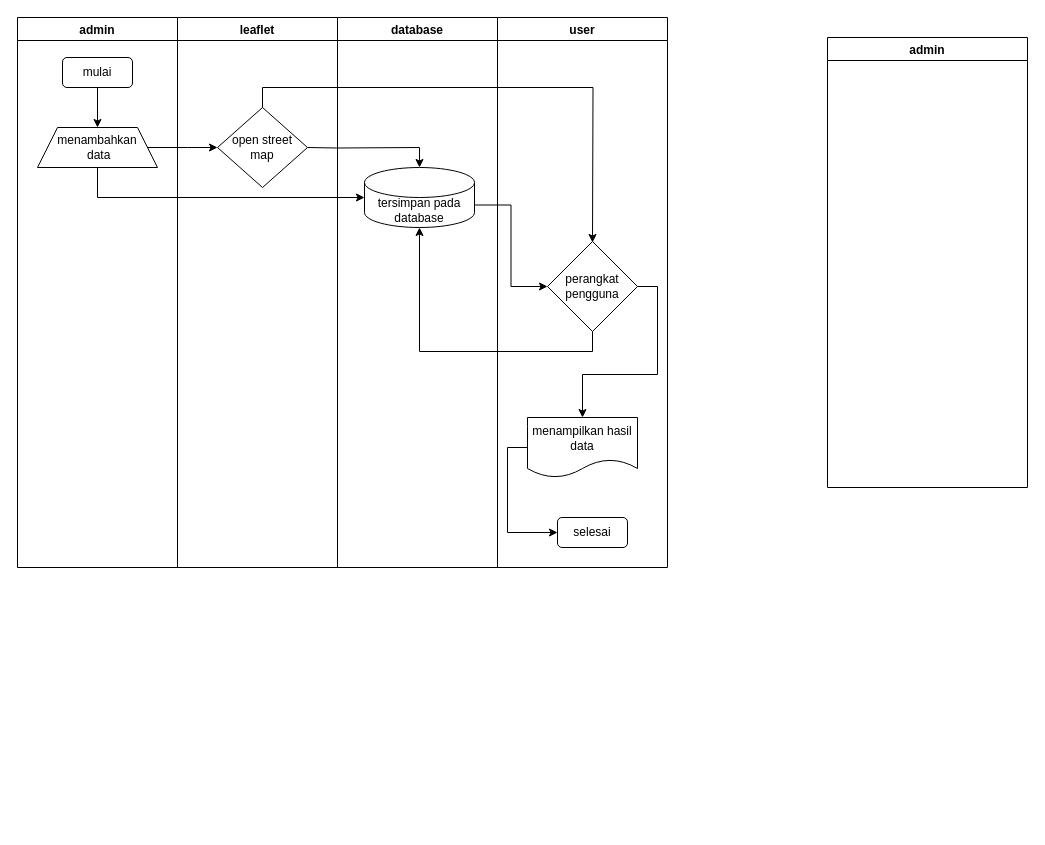
Before: Diagram Tanpa Judul.drawio in Aripin2401/backend-ci, a draw.io diagram. Source tidied: cells renumbered, new cells numbered last; positions are measured from the earlier drawing's top-left corner, leaving out a move shared by most shapes. Both pictures are drawn from the tidied source at 100%, with x=0, y=0 at pixel (17, 17).
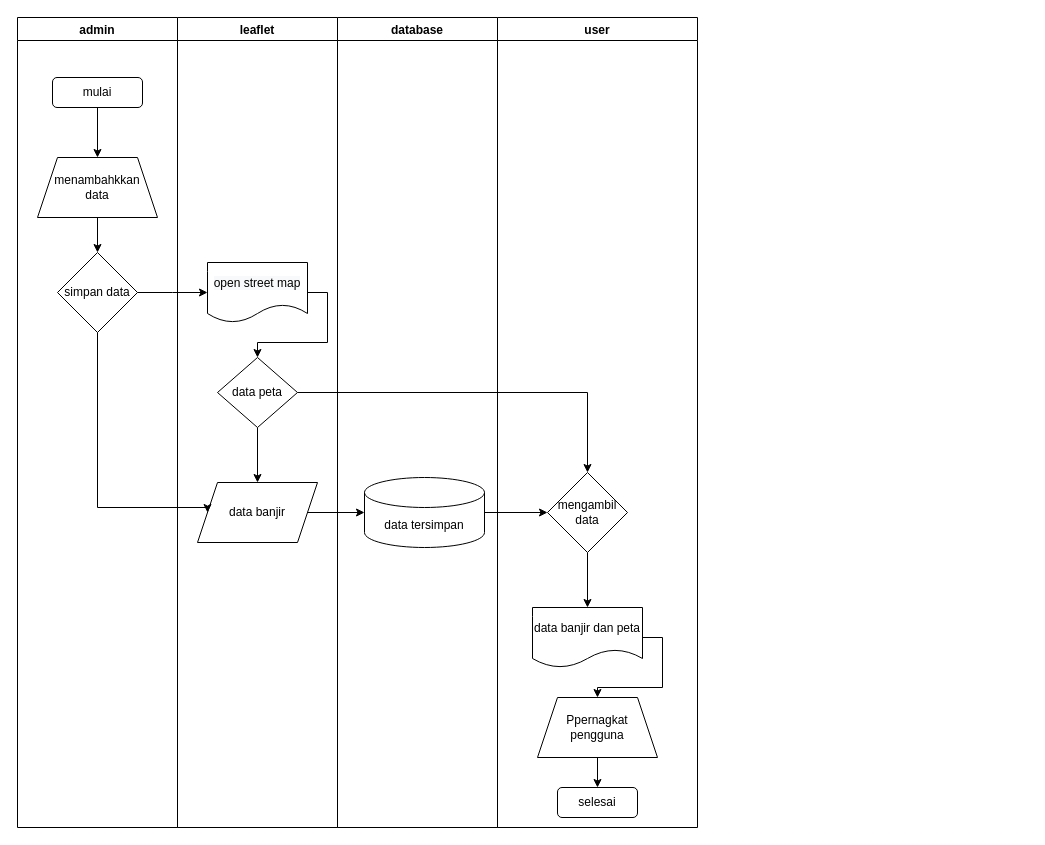
Above is the later version.

Diff of the diagram source:
```diff
@@
-    <mxCell id="2" value="admin" style="swimlane;" parent="1" vertex="1">
-      <mxGeometry x="810" y="20" width="200" height="450" as="geometry" />
-    </mxCell>
     <mxCell id="3" value="leaflet" style="swimlane;" parent="1" vertex="1">
-      <mxGeometry x="160" width="160" height="550" as="geometry" />
+      <mxGeometry x="160" width="160" height="810" as="geometry" />
     </mxCell>
+    <mxCell id="23" style="edgeStyle=orthogonalEdgeStyle;rounded=0;jettySize=auto;html=1;exitX=1;exitY=0.5;exitDx=0;exitDy=0;entryX=0.5;entryY=0;entryDx=0;entryDy=0;" parent="3" edge="1" source="4" target="26">
+      <mxGeometry relative="1" as="geometry" />
+    </mxCell>
-    <mxCell id="4" value="open street&lt;br&gt;map" style="rhombus;whiteSpace=wrap;html=1;" parent="3" vertex="1">
-      <mxGeometry x="40" y="90" width="90" height="80" as="geometry" />
+    <mxCell id="4" value="&lt;span style=&quot;color: rgb(0, 0, 0); font-family: Helvetica; font-size: 12px; font-style: normal; font-variant-ligatures: normal; font-variant-caps: normal; font-weight: 400; letter-spacing: normal; orphans: 2; text-align: center; text-indent: 0px; text-transform: none; widows: 2; word-spacing: 0px; -webkit-text-stroke-width: 0px; background-color: rgb(248, 249, 250); text-decoration-thickness: initial; text-decoration-style: initial; text-decoration-color: initial; float: none; display: inline !important;&quot;&gt;open street map&lt;/span&gt;" style="shape=document;whiteSpace=wrap;html=1;boundedLbl=1;" parent="3" vertex="1">
+      <mxGeometry x="30" y="245" width="100" height="60" as="geometry" />
     </mxCell>
+    <mxCell id="24" value="data banjir&lt;br&gt;" style="shape=parallelogram;perimeter=parallelogramPerimeter;whiteSpace=wrap;html=1;fixedSize=1;" parent="3" vertex="1">
+      <mxGeometry x="20" y="465" width="120" height="60" as="geometry" />
+    </mxCell>
+    <mxCell id="25" style="edgeStyle=orthogonalEdgeStyle;rounded=0;jettySize=auto;html=1;exitX=0.5;exitY=1;exitDx=0;exitDy=0;" parent="3" edge="1" source="26" target="24">
+      <mxGeometry relative="1" as="geometry" />
+    </mxCell>
+    <mxCell id="26" value="data peta" style="rhombus;whiteSpace=wrap;html=1;" parent="3" vertex="1">
+      <mxGeometry x="40" y="340" width="80" height="70" as="geometry" />
+    </mxCell>
     <mxCell id="5" value="database" style="swimlane;" parent="1" vertex="1">
-      <mxGeometry x="320" width="160" height="550" as="geometry" />
+      <mxGeometry x="320" width="160" height="810" as="geometry" />
     </mxCell>
-    <mxCell id="6" value="tersimpan pada database" style="shape=cylinder3;whiteSpace=wrap;html=1;boundedLbl=1;backgroundOutline=1;size=15;" parent="5" vertex="1">
-      <mxGeometry x="27" y="150" width="110" height="60" as="geometry" />
-    </mxCell>
+    <mxCell id="27" value="data tersimpan" style="shape=cylinder3;whiteSpace=wrap;html=1;boundedLbl=1;backgroundOutline=1;size=15;" parent="5" vertex="1">
+      <mxGeometry x="27" y="460" width="120" height="70" as="geometry" />
+    </mxCell>
     <mxCell id="7" value="admin" style="swimlane;" parent="1" vertex="1">
-      <mxGeometry width="160" height="550" as="geometry" />
+      <mxGeometry width="160" height="810" as="geometry" />
     </mxCell>
-    <mxCell id="8" style="edgeStyle=orthogonalEdgeStyle;rounded=0;jettySize=auto;html=1;exitX=0.5;exitY=1;exitDx=0;exitDy=0;entryX=0.5;entryY=0;entryDx=0;entryDy=0;" parent="7" edge="1" source="9" target="10">
-      <mxGeometry relative="1" as="geometry" />
+    <mxCell id="8" style="edgeStyle=orthogonalEdgeStyle;rounded=0;orthogonalLoop=1;jettySize=auto;html=1;exitX=0.5;exitY=1;exitDx=0;exitDy=0;entryX=0.5;entryY=0;entryDx=0;entryDy=0;" parent="7" edge="1">
+      <mxGeometry relative="1" as="geometry">
+        <mxPoint x="80" y="70" as="sourcePoint" />
+      </mxGeometry>
     </mxCell>
+    <mxCell id="28" style="edgeStyle=orthogonalEdgeStyle;rounded=0;jettySize=auto;html=1;exitX=0.5;exitY=1;exitDx=0;exitDy=0;entryX=0.5;entryY=0;entryDx=0;entryDy=0;" parent="7" edge="1" source="9" target="30">
+      <mxGeometry relative="1" as="geometry" />
+    </mxCell>
     <mxCell id="9" value="mulai" style="rounded=1;whiteSpace=wrap;html=1;" parent="7" vertex="1">
-      <mxGeometry x="45" y="40" width="70" height="30" as="geometry" />
+      <mxGeometry x="35" y="60" width="90" height="30" as="geometry" />
     </mxCell>
-    <mxCell id="10" value="menambahkan&lt;br&gt;&amp;nbsp;data" style="shape=trapezoid;perimeter=trapezoidPerimeter;whiteSpace=wrap;html=1;fixedSize=1;" parent="7" vertex="1">
-      <mxGeometry x="20" y="110" width="120" height="40" as="geometry" />
-    </mxCell>
+    <mxCell id="29" style="edgeStyle=orthogonalEdgeStyle;rounded=0;jettySize=auto;html=1;exitX=0.5;exitY=1;exitDx=0;exitDy=0;entryX=0.5;entryY=0;entryDx=0;entryDy=0;" parent="7" edge="1" source="30" target="31">
+      <mxGeometry relative="1" as="geometry" />
+    </mxCell>
+    <mxCell id="30" value="menambahkkan&lt;br&gt;data" style="shape=trapezoid;perimeter=trapezoidPerimeter;whiteSpace=wrap;html=1;fixedSize=1;" parent="7" vertex="1">
+      <mxGeometry x="20" y="140" width="120" height="60" as="geometry" />
+    </mxCell>
+    <mxCell id="31" value="simpan data" style="rhombus;whiteSpace=wrap;html=1;" parent="7" vertex="1">
+      <mxGeometry x="40" y="235" width="80" height="80" as="geometry" />
+    </mxCell>
     <mxCell id="11" value="user" style="swimlane;" parent="1" vertex="1">
-      <mxGeometry x="480" width="170" height="550" as="geometry" />
+      <mxGeometry x="480" width="200" height="810" as="geometry" />
     </mxCell>
-    <mxCell id="12" style="edgeStyle=orthogonalEdgeStyle;rounded=0;jettySize=auto;html=1;exitX=1;exitY=0.5;exitDx=0;exitDy=0;entryX=0.5;entryY=0;entryDx=0;entryDy=0;" parent="11" edge="1" source="13" target="15">
-      <mxGeometry relative="1" as="geometry" />
-    </mxCell>
-    <mxCell id="13" value="perangkat pengguna" style="rhombus;whiteSpace=wrap;html=1;" parent="11" vertex="1">
-      <mxGeometry x="50" y="224" width="90" height="90" as="geometry" />
-    </mxCell>
-    <mxCell id="14" style="edgeStyle=orthogonalEdgeStyle;rounded=0;jettySize=auto;html=1;exitX=0;exitY=0.5;exitDx=0;exitDy=0;entryX=0;entryY=0.5;entryDx=0;entryDy=0;" parent="11" edge="1" source="15" target="16">
-      <mxGeometry relative="1" as="geometry" />
-    </mxCell>
-    <mxCell id="15" value="menampilkan hasil data" style="shape=document;whiteSpace=wrap;html=1;boundedLbl=1;" parent="11" vertex="1">
-      <mxGeometry x="30" y="400" width="110" height="60" as="geometry" />
-    </mxCell>
+    <mxCell id="32" style="edgeStyle=orthogonalEdgeStyle;rounded=0;jettySize=auto;html=1;exitX=0.5;exitY=1;exitDx=0;exitDy=0;entryX=0.5;entryY=0;entryDx=0;entryDy=0;" parent="11" edge="1" source="33" target="35">
+      <mxGeometry relative="1" as="geometry" />
+    </mxCell>
+    <mxCell id="33" value="mengambil data" style="rhombus;whiteSpace=wrap;html=1;" parent="11" vertex="1">
+      <mxGeometry x="50" y="455" width="80" height="80" as="geometry" />
+    </mxCell>
+    <mxCell id="34" style="edgeStyle=orthogonalEdgeStyle;rounded=0;jettySize=auto;html=1;exitX=1;exitY=0.5;exitDx=0;exitDy=0;" parent="11" edge="1" source="35" target="37">
+      <mxGeometry relative="1" as="geometry" />
+    </mxCell>
+    <mxCell id="35" value="data banjir dan peta" style="shape=document;whiteSpace=wrap;html=1;boundedLbl=1;" parent="11" vertex="1">
+      <mxGeometry x="35" y="590" width="110" height="60" as="geometry" />
+    </mxCell>
+    <mxCell id="36" style="edgeStyle=orthogonalEdgeStyle;rounded=0;jettySize=auto;html=1;exitX=0.5;exitY=1;exitDx=0;exitDy=0;entryX=0.5;entryY=0;entryDx=0;entryDy=0;" parent="11" edge="1" source="37" target="16">
+      <mxGeometry relative="1" as="geometry" />
+    </mxCell>
+    <mxCell id="37" value="Ppernagkat pengguna" style="shape=trapezoid;perimeter=trapezoidPerimeter;whiteSpace=wrap;html=1;fixedSize=1;" parent="11" vertex="1">
+      <mxGeometry x="40" y="680" width="120" height="60" as="geometry" />
+    </mxCell>
     <mxCell id="16" value="selesai" style="rounded=1;whiteSpace=wrap;html=1;" parent="11" vertex="1">
-      <mxGeometry x="60" y="500" width="70" height="30" as="geometry" />
+      <mxGeometry x="60" y="770" width="80" height="30" as="geometry" />
     </mxCell>
-    <mxCell id="17" style="edgeStyle=orthogonalEdgeStyle;rounded=0;jettySize=auto;html=1;exitX=1;exitY=0.5;exitDx=0;exitDy=0;entryX=0;entryY=0.5;entryDx=0;entryDy=0;" parent="1" edge="1" source="10">
-      <mxGeometry relative="1" as="geometry">
-        <mxPoint x="200" y="130" as="targetPoint" />
-      </mxGeometry>
-    </mxCell>
-    <mxCell id="18" style="edgeStyle=orthogonalEdgeStyle;rounded=0;jettySize=auto;html=1;exitX=0.5;exitY=1;exitDx=0;exitDy=0;" parent="1" edge="1" source="10" target="6">
-      <mxGeometry relative="1" as="geometry" />
+    <mxCell id="18" style="edgeStyle=orthogonalEdgeStyle;rounded=0;orthogonalLoop=1;jettySize=auto;html=1;exitX=0.5;exitY=1;exitDx=0;exitDy=0;" parent="1" edge="1">
+      <mxGeometry relative="1" as="geometry">
+        <mxPoint x="80" y="150" as="sourcePoint" />
+      </mxGeometry>
     </mxCell>
-    <mxCell id="19" style="edgeStyle=orthogonalEdgeStyle;rounded=0;jettySize=auto;html=1;exitX=1;exitY=0.5;exitDx=0;exitDy=0;entryX=0.5;entryY=0;entryDx=0;entryDy=0;entryPerimeter=0;" parent="1" edge="1" target="6">
-      <mxGeometry relative="1" as="geometry">
-        <mxPoint x="290" y="130" as="sourcePoint" />
-      </mxGeometry>
-    </mxCell>
-    <mxCell id="20" style="edgeStyle=orthogonalEdgeStyle;rounded=0;jettySize=auto;html=1;exitX=0.5;exitY=0;exitDx=0;exitDy=0;entryX=0.5;entryY=0;entryDx=0;entryDy=0;" parent="1" edge="1" source="4">
-      <mxGeometry relative="1" as="geometry">
-        <mxPoint x="575" y="225" as="targetPoint" />
-      </mxGeometry>
-    </mxCell>
-    <mxCell id="21" style="edgeStyle=orthogonalEdgeStyle;rounded=0;jettySize=auto;html=1;exitX=0.5;exitY=1;exitDx=0;exitDy=0;entryX=0.5;entryY=1;entryDx=0;entryDy=0;entryPerimeter=0;" parent="1" edge="1" source="13" target="6">
-      <mxGeometry relative="1" as="geometry" />
+    <mxCell id="21" style="edgeStyle=orthogonalEdgeStyle;rounded=0;orthogonalLoop=1;jettySize=auto;html=1;exitX=0.5;exitY=1;exitDx=0;exitDy=0;entryX=0.5;entryY=1;entryDx=0;entryDy=0;entryPerimeter=0;" parent="1" edge="1">
+      <mxGeometry relative="1" as="geometry">
+        <mxPoint x="402" y="210" as="targetPoint" />
+      </mxGeometry>
     </mxCell>
-    <mxCell id="22" style="edgeStyle=orthogonalEdgeStyle;rounded=0;jettySize=auto;html=1;exitX=1;exitY=0;exitDx=0;exitDy=37.5;exitPerimeter=0;entryX=0;entryY=0.5;entryDx=0;entryDy=0;" parent="1" edge="1" source="6" target="13">
-      <mxGeometry relative="1" as="geometry" />
+    <mxCell id="22" style="edgeStyle=orthogonalEdgeStyle;rounded=0;orthogonalLoop=1;jettySize=auto;html=1;exitX=1;exitY=0;exitDx=0;exitDy=37.5;exitPerimeter=0;entryX=0;entryY=0.5;entryDx=0;entryDy=0;" parent="1" edge="1">
+      <mxGeometry relative="1" as="geometry">
+        <mxPoint x="457" y="187.5" as="sourcePoint" />
+      </mxGeometry>
     </mxCell>
+    <mxCell id="38" style="edgeStyle=orthogonalEdgeStyle;rounded=0;jettySize=auto;html=1;exitX=1;exitY=0.5;exitDx=0;exitDy=0;entryX=0;entryY=0.5;entryDx=0;entryDy=0;" parent="1" edge="1" source="31">
+      <mxGeometry relative="1" as="geometry">
+        <mxPoint x="190" y="275" as="targetPoint" />
+      </mxGeometry>
+    </mxCell>
+    <mxCell id="39" style="edgeStyle=orthogonalEdgeStyle;rounded=0;jettySize=auto;html=1;exitX=0.5;exitY=1;exitDx=0;exitDy=0;entryX=0;entryY=0.5;entryDx=0;entryDy=0;" parent="1" edge="1" source="31" target="24">
+      <mxGeometry relative="1" as="geometry">
+        <Array as="points">
+          <mxPoint x="80" y="490" />
+          <mxPoint x="190" y="490" />
+        </Array>
+      </mxGeometry>
+    </mxCell>
+    <mxCell id="40" style="edgeStyle=orthogonalEdgeStyle;rounded=0;jettySize=auto;html=1;exitX=1;exitY=0.5;exitDx=0;exitDy=0;entryX=0;entryY=0.5;entryDx=0;entryDy=0;entryPerimeter=0;" parent="1" edge="1" source="24" target="27">
+      <mxGeometry relative="1" as="geometry" />
+    </mxCell>
+    <mxCell id="41" style="edgeStyle=orthogonalEdgeStyle;rounded=0;jettySize=auto;html=1;exitX=1;exitY=0.5;exitDx=0;exitDy=0;entryX=0.5;entryY=0;entryDx=0;entryDy=0;" parent="1" edge="1" source="26" target="33">
+      <mxGeometry relative="1" as="geometry" />
+    </mxCell>
+    <mxCell id="42" style="edgeStyle=orthogonalEdgeStyle;rounded=0;jettySize=auto;html=1;exitX=1;exitY=0.5;exitDx=0;exitDy=0;exitPerimeter=0;entryX=0;entryY=0.5;entryDx=0;entryDy=0;" parent="1" edge="1" source="27" target="33">
+      <mxGeometry relative="1" as="geometry" />
+    </mxCell>
```
